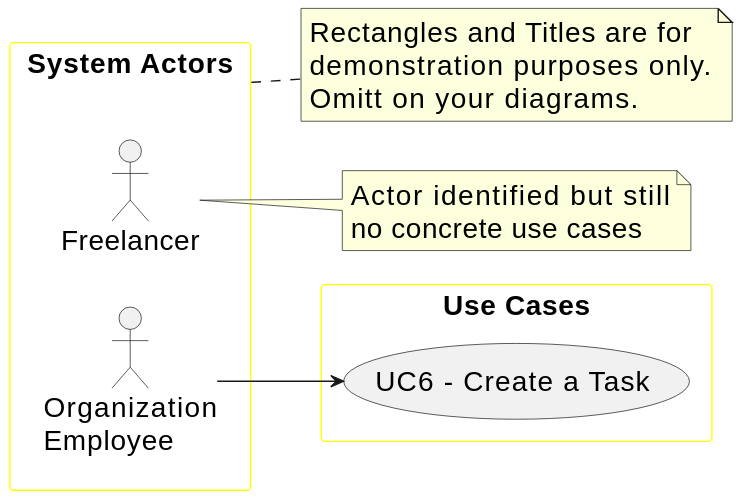
Before: docs/sprint2/global-artifacts/01.requirements-engineering/svg/use-case-diagram.svg, a diagram exported from PlantUML (tiagosoa/lei-24-s2-1dgh-g073). The source it was exported from:
```plantuml
@startuml
skinparamlocked defaultFontSize 20
skinparam packageStyle rectangle

skinparam rectangle{
    BorderColor yellow
}


left to right direction

rectangle "System Actors" as actors {
    actor Freelancer
    actor "Organization\nEmployee" as Employee
}


note right of Freelancer
    Actor identified but still
    no concrete use cases
end note

rectangle "Use Cases" as usecases{
    usecase "UC6 - Create a Task" as UC6
    Employee --> UC6
}
note right of actors
    Rectangles and Titles are for
    demonstration purposes only.
    Omitt on your diagrams.
end note
@enduml
```
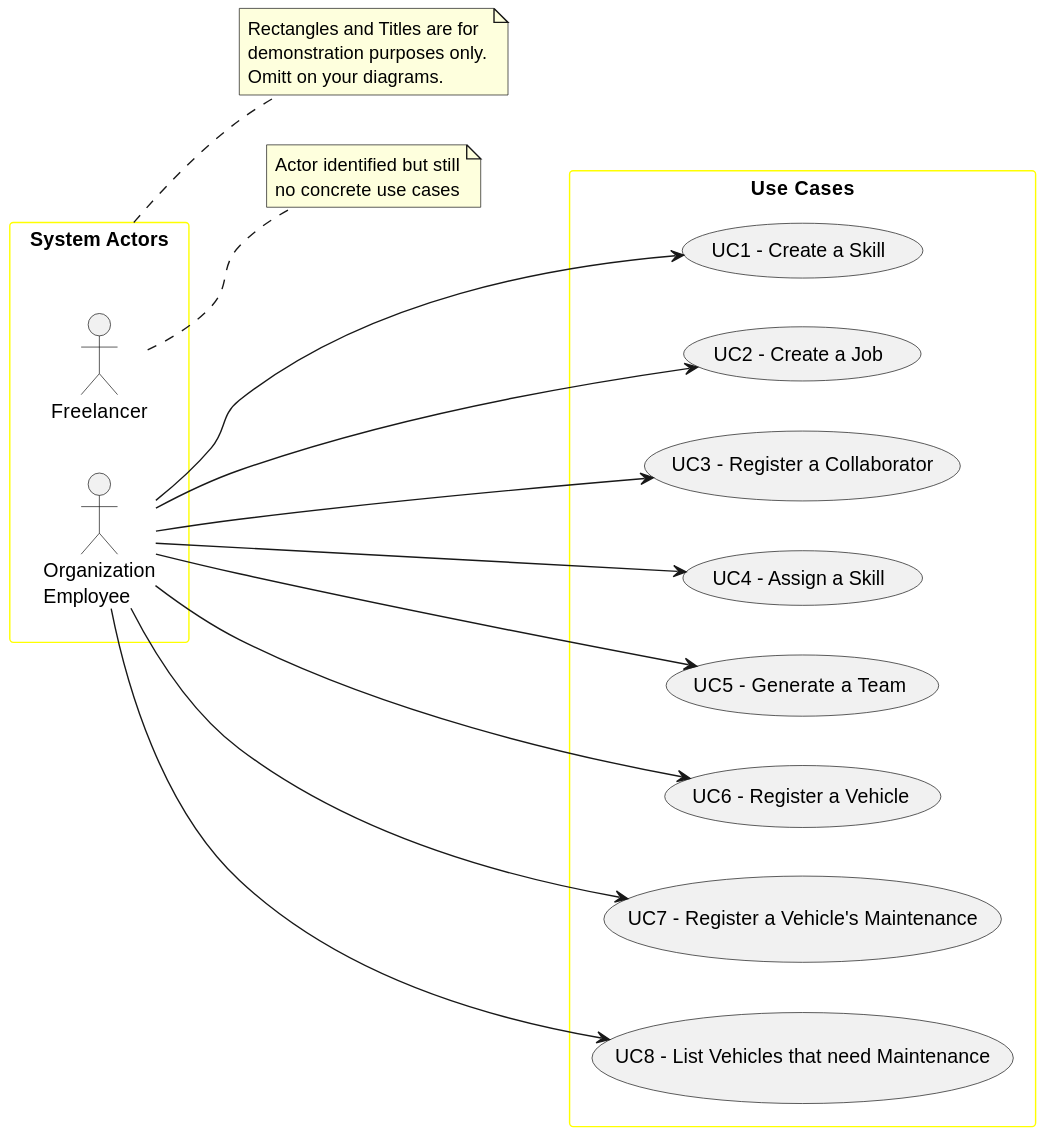
After the change.

Change to the diagram source:
```diff
@@ -1,5 +1,4 @@
 @startuml
-skinparamlocked defaultFontSize 20
 skinparam packageStyle rectangle
 
 skinparam rectangle{
@@ -21,8 +20,23 @@
 end note
 
 rectangle "Use Cases" as usecases{
-    usecase "UC6 - Create a Task" as UC6
+    usecase "UC1 - Create a Skill" as UC1
+    usecase "UC2 - Create a Job" as UC2
+    usecase "UC3 - Register a Collaborator" as UC3
+    usecase "UC4 - Assign a Skill" as UC4
+    usecase "UC5 - Generate a Team" as UC5
+    usecase "UC6 - Register a Vehicle" as UC6
+    usecase "UC7 - Register a Vehicle's Maintenance" as UC7
+    usecase "UC8 - List Vehicles that need Maintenance" as UC8
+
+    Employee ---> UC1
+    Employee --> UC2
+    Employee --> UC3
+    Employee --> UC4
+    Employee --> UC5
     Employee --> UC6
+    Employee --> UC7
+    Employee --> UC8
 }
 note right of actors
     Rectangles and Titles are for
```
